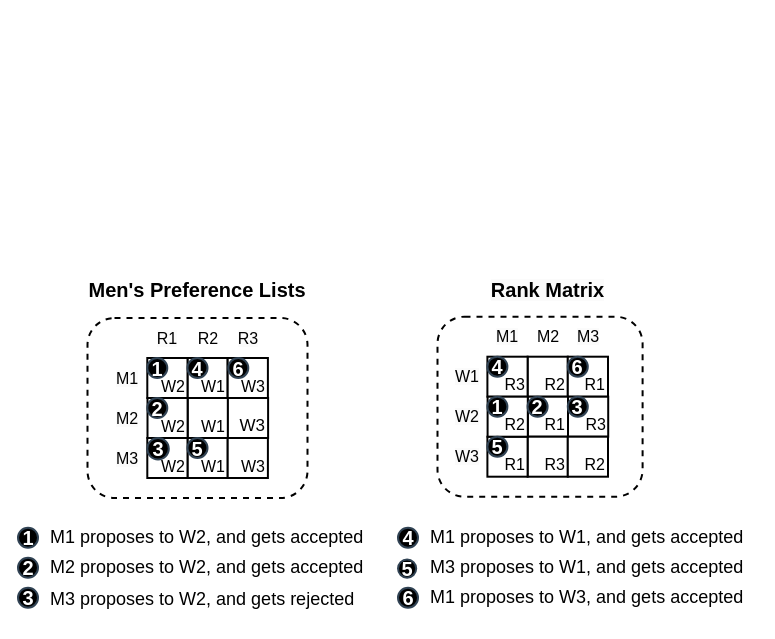
This is newGSExec.drawio from victorliu-sq/BambooSMP-Figures, a draw.io file, before an edit. Source tidied: cells renumbered, new cells numbered last; positions are measured from the earlier drawing's top-left corner, leaving out a move shared by most shapes. Both pictures are drawn from the tidied source at 100%, with x=0, y=0 at pixel (17, 279).
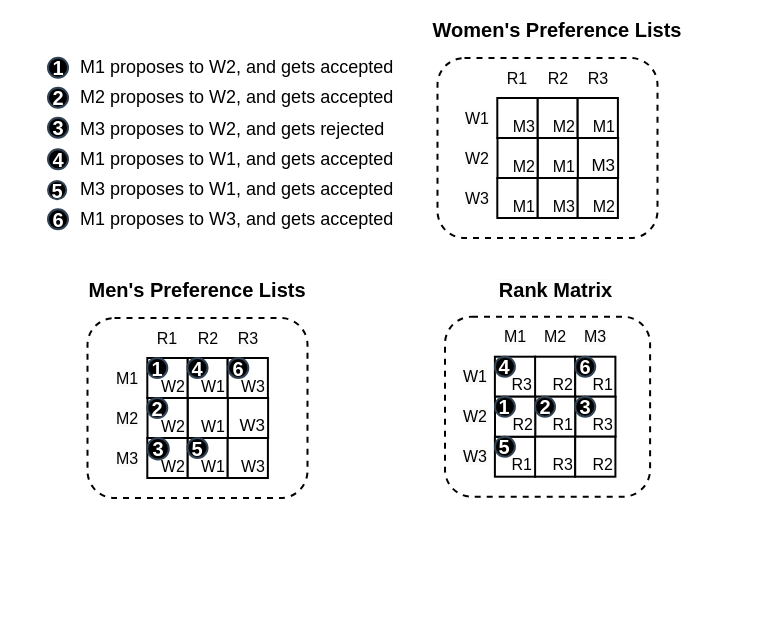
After the change.

Change to the diagram source:
```diff
@@
     <mxCell id="3" style="rounded=1;whiteSpace=wrap;html=1;strokeWidth=2;dashed=1;" parent="1" vertex="1">
-      <mxGeometry x="420" y="37.2" width="205.1" height="180" as="geometry" />
+      <mxGeometry x="427.5" y="37.2" width="205.1" height="180" as="geometry" />
     </mxCell>
     <mxCell id="4" value="1" style="ellipse;whiteSpace=wrap;html=1;strokeColor=#314354;align=center;verticalAlign=middle;fontFamily=Helvetica;fontSize=20;fillColor=#000000;fontColor=#ffffff;fontStyle=1;strokeWidth=2;" parent="1" vertex="1">
-      <mxGeometry x="0.5" y="248.2" width="20" height="20" as="geometry" />
+      <mxGeometry x="30.5" y="-221.8" width="20" height="20" as="geometry" />
     </mxCell>
     <mxCell id="5" value="2" style="ellipse;whiteSpace=wrap;html=1;strokeColor=#314354;align=center;verticalAlign=middle;fontFamily=Helvetica;fontSize=20;fillColor=#000000;fontColor=#ffffff;fontStyle=1;strokeWidth=2;" parent="1" vertex="1">
-      <mxGeometry x="0.5" y="278.2" width="20" height="20" as="geometry" />
+      <mxGeometry x="30.5" y="-191.8" width="20" height="20" as="geometry" />
     </mxCell>
     <mxCell id="6" value="3" style="ellipse;whiteSpace=wrap;html=1;strokeColor=#314354;align=center;verticalAlign=middle;fontFamily=Helvetica;fontSize=20;fillColor=#000000;fontColor=#ffffff;fontStyle=1;strokeWidth=2;" parent="1" vertex="1">
-      <mxGeometry x="0.5" y="308.2" width="20" height="20" as="geometry" />
+      <mxGeometry x="30.5" y="-161.8" width="20" height="20" as="geometry" />
     </mxCell>
     <mxCell id="7" value="4" style="ellipse;whiteSpace=wrap;html=1;strokeColor=#314354;align=center;verticalAlign=middle;fontFamily=Helvetica;fontSize=20;fillColor=#000000;fontColor=#ffffff;fontStyle=1;strokeWidth=2;" parent="1" vertex="1">
-      <mxGeometry x="380.5" y="248.2" width="20" height="20" as="geometry" />
+      <mxGeometry x="30.5" y="-130.2" width="20" height="20" as="geometry" />
     </mxCell>
     <mxCell id="8" value="5" style="ellipse;whiteSpace=wrap;html=1;strokeColor=#314354;align=center;verticalAlign=middle;fontFamily=Helvetica;fontSize=20;fillColor=#000000;fontColor=#ffffff;fontStyle=1;strokeWidth=2;" parent="1" vertex="1">
-      <mxGeometry x="380.5" y="280" width="18.2" height="18.2" as="geometry" />
+      <mxGeometry x="30.5" y="-98.5" width="18.2" height="18.2" as="geometry" />
     </mxCell>
     <mxCell id="9" value="6" style="ellipse;whiteSpace=wrap;html=1;strokeColor=#314354;align=center;verticalAlign=middle;fontFamily=Helvetica;fontSize=20;fillColor=#000000;fontColor=#ffffff;fontStyle=1;strokeWidth=2;" parent="1" vertex="1">
-      <mxGeometry x="380.5" y="308.2" width="20" height="20" as="geometry" />
+      <mxGeometry x="30.5" y="-70.2" width="20" height="20" as="geometry" />
     </mxCell>
     <mxCell id="10" value="&lt;h1 style=&quot;font-size: 18px;&quot;&gt;&lt;span style=&quot;font-size: 18px; font-weight: 400;&quot;&gt;&amp;nbsp;M1 proposes to W2, and gets accepted&lt;/span&gt;&lt;/h1&gt;" style="text;strokeColor=none;align=left;fillColor=none;html=1;verticalAlign=middle;whiteSpace=wrap;rounded=0;fontFamily=Helvetica;fontSize=18;fontColor=default;" parent="1" vertex="1">
-      <mxGeometry x="25.5" y="243.2" width="324.5" height="30" as="geometry" />
+      <mxGeometry x="55.5" y="-226.8" width="324.5" height="30" as="geometry" />
     </mxCell>
     <mxCell id="11" value="&lt;h1 style=&quot;font-size: 18px;&quot;&gt;&lt;span style=&quot;font-size: 18px; font-weight: 400;&quot;&gt;&amp;nbsp;M2 proposes to W2, and gets accepted&lt;/span&gt;&lt;/h1&gt;" style="text;strokeColor=none;align=left;fillColor=none;html=1;verticalAlign=middle;whiteSpace=wrap;rounded=0;fontFamily=Helvetica;fontSize=18;fontColor=default;" parent="1" vertex="1">
-      <mxGeometry x="25.5" y="273.2" width="324.5" height="30" as="geometry" />
+      <mxGeometry x="55.5" y="-196.8" width="324.5" height="30" as="geometry" />
     </mxCell>
     <mxCell id="12" value="&lt;h1 style=&quot;font-size: 18px;&quot;&gt;&lt;span style=&quot;font-size: 18px; font-weight: 400;&quot;&gt;&amp;nbsp;M3 proposes to W2, and gets rejected&lt;/span&gt;&lt;/h1&gt;" style="text;strokeColor=none;align=left;fillColor=none;html=1;verticalAlign=middle;whiteSpace=wrap;rounded=0;fontFamily=Helvetica;fontSize=18;fontColor=default;" parent="1" vertex="1">
-      <mxGeometry x="25.5" y="304.8" width="324.5" height="30" as="geometry" />
+      <mxGeometry x="55.5" y="-165.2" width="324.5" height="30" as="geometry" />
     </mxCell>
     <mxCell id="13" value="&lt;h1 style=&quot;font-size: 18px;&quot;&gt;&lt;span style=&quot;font-size: 18px; font-weight: 400;&quot;&gt;&amp;nbsp;M1 proposes to W1, and gets accepted&lt;/span&gt;&lt;/h1&gt;" style="text;strokeColor=none;align=left;fillColor=none;html=1;verticalAlign=middle;whiteSpace=wrap;rounded=0;fontFamily=Helvetica;fontSize=18;fontColor=default;" parent="1" vertex="1">
-      <mxGeometry x="405.5" y="243.2" width="334.5" height="30" as="geometry" />
+      <mxGeometry x="55.5" y="-135.2" width="334.5" height="30" as="geometry" />
     </mxCell>
     <mxCell id="14" value="&lt;h1 style=&quot;font-size: 18px;&quot;&gt;&lt;span style=&quot;font-size: 18px; font-weight: 400;&quot;&gt;&amp;nbsp;M3 proposes to W1, and gets accepted&lt;/span&gt;&lt;/h1&gt;" style="text;strokeColor=none;align=left;fillColor=none;html=1;verticalAlign=middle;whiteSpace=wrap;rounded=0;fontFamily=Helvetica;fontSize=18;fontColor=default;" parent="1" vertex="1">
-      <mxGeometry x="405.5" y="273.2" width="334.5" height="30" as="geometry" />
+      <mxGeometry x="55.5" y="-105.2" width="334.5" height="30" as="geometry" />
     </mxCell>
     <mxCell id="15" value="&lt;h1 style=&quot;font-size: 18px;&quot;&gt;&lt;span style=&quot;font-size: 18px; font-weight: 400;&quot;&gt;&amp;nbsp;M1 proposes to W3, and gets accepted&lt;/span&gt;&lt;/h1&gt;" style="text;strokeColor=none;align=left;fillColor=none;html=1;verticalAlign=middle;whiteSpace=wrap;rounded=0;fontFamily=Helvetica;fontSize=18;fontColor=default;" parent="1" vertex="1">
-      <mxGeometry x="405.5" y="303.2" width="334.5" height="30" as="geometry" />
+      <mxGeometry x="55.5" y="-75.2" width="334.5" height="30" as="geometry" />
     </mxCell>
@@
     <mxCell id="32" value="R2" style="rounded=0;whiteSpace=wrap;html=1;fontSize=16;align=right;verticalAlign=bottom;strokeWidth=2;" parent="1" vertex="1">
-      <mxGeometry x="510.1" y="77.2" width="40.2" height="40" as="geometry" />
+      <mxGeometry x="517.5" y="77.2" width="40.2" height="40" as="geometry" />
     </mxCell>
     <mxCell id="33" value="R1" style="rounded=0;whiteSpace=wrap;html=1;fontSize=16;align=right;verticalAlign=bottom;strokeWidth=2;" parent="1" vertex="1">
-      <mxGeometry x="550.3" y="77.2" width="40.2" height="40" as="geometry" />
+      <mxGeometry x="557.7" y="77.2" width="40.2" height="40" as="geometry" />
     </mxCell>
     <mxCell id="34" value="R1" style="rounded=0;whiteSpace=wrap;html=1;fontSize=16;align=right;verticalAlign=bottom;strokeWidth=2;" parent="1" vertex="1">
-      <mxGeometry x="510.3" y="117.2" width="40.2" height="40" as="geometry" />
+      <mxGeometry x="517.7" y="117.2" width="40.2" height="40" as="geometry" />
     </mxCell>
     <mxCell id="35" value="R3" style="rounded=0;whiteSpace=wrap;html=1;fontSize=16;align=right;verticalAlign=bottom;strokeWidth=2;" parent="1" vertex="1">
-      <mxGeometry x="550.5" y="117.2" width="40.2" height="40" as="geometry" />
+      <mxGeometry x="557.9" y="117.2" width="40.2" height="40" as="geometry" />
     </mxCell>
     <mxCell id="36" value="R3" style="rounded=0;whiteSpace=wrap;html=1;fontSize=16;align=right;verticalAlign=bottom;strokeWidth=2;" parent="1" vertex="1">
-      <mxGeometry x="510.1" y="157.2" width="40.2" height="40" as="geometry" />
+      <mxGeometry x="517.5" y="157.2" width="40.2" height="40" as="geometry" />
     </mxCell>
     <mxCell id="37" value="R2" style="rounded=0;whiteSpace=wrap;html=1;fontSize=16;align=right;verticalAlign=bottom;strokeWidth=2;" parent="1" vertex="1">
-      <mxGeometry x="550.3" y="157.2" width="40.2" height="40" as="geometry" />
+      <mxGeometry x="557.7" y="157.2" width="40.2" height="40" as="geometry" />
     </mxCell>
     <mxCell id="38" value="R1" style="rounded=0;whiteSpace=wrap;html=1;strokeWidth=2;fontSize=16;align=right;verticalAlign=bottom;" parent="1" vertex="1">
-      <mxGeometry x="469.9" y="157.2" width="40.2" height="40" as="geometry" />
+      <mxGeometry x="477.4" y="157.2" width="40.2" height="40" as="geometry" />
     </mxCell>
     <mxCell id="39" value="R3" style="rounded=0;whiteSpace=wrap;html=1;strokeWidth=2;fontSize=16;align=right;verticalAlign=bottom;" parent="1" vertex="1">
-      <mxGeometry x="469.9" y="77.2" width="40.2" height="40" as="geometry" />
+      <mxGeometry x="477.4" y="77.2" width="40.2" height="40" as="geometry" />
     </mxCell>
     <mxCell id="40" value="&lt;span style=&quot;color: rgb(0, 0, 0); font-family: Helvetica; font-size: 20px; font-style: normal; font-variant-ligatures: normal; font-variant-caps: normal; letter-spacing: normal; orphans: 2; text-indent: 0px; text-transform: none; widows: 2; word-spacing: 0px; -webkit-text-stroke-width: 0px; white-space: nowrap; background-color: rgb(251, 251, 251); text-decoration-thickness: initial; text-decoration-style: initial; text-decoration-color: initial; float: none; display: inline !important;&quot;&gt;Rank Matrix&lt;/span&gt;" style="text;whiteSpace=wrap;html=1;align=center;strokeColor=none;verticalAlign=middle;strokeWidth=0;fontSize=20;fontStyle=1;" parent="1" vertex="1">
-      <mxGeometry x="491.2" width="79.2" height="20" as="geometry" />
+      <mxGeometry x="498.7" width="79.2" height="20" as="geometry" />
     </mxCell>
     <mxCell id="41" value="&lt;span style=&quot;color: rgb(0, 0, 0); font-family: Helvetica; font-size: 16px; font-style: normal; font-variant-ligatures: normal; font-variant-caps: normal; font-weight: 400; letter-spacing: normal; orphans: 2; text-indent: 0px; text-transform: none; widows: 2; word-spacing: 0px; -webkit-text-stroke-width: 0px; white-space: normal; background-color: rgb(251, 251, 251); text-decoration-thickness: initial; text-decoration-style: initial; text-decoration-color: initial; float: none; display: inline !important;&quot;&gt;W1&lt;/span&gt;" style="text;whiteSpace=wrap;html=1;align=center;verticalAlign=middle;fontSize=16;" parent="1" vertex="1">
-      <mxGeometry x="430.1" y="77.2" width="40" height="40" as="geometry" />
+      <mxGeometry x="437.5" y="77.2" width="40" height="40" as="geometry" />
     </mxCell>
     <mxCell id="42" value="&lt;span style=&quot;color: rgb(0, 0, 0); font-family: Helvetica; font-size: 16px; font-style: normal; font-variant-ligatures: normal; font-variant-caps: normal; font-weight: 400; letter-spacing: normal; orphans: 2; text-indent: 0px; text-transform: none; widows: 2; word-spacing: 0px; -webkit-text-stroke-width: 0px; white-space: normal; background-color: rgb(251, 251, 251); text-decoration-thickness: initial; text-decoration-style: initial; text-decoration-color: initial; float: none; display: inline !important;&quot;&gt;W2&lt;/span&gt;" style="text;whiteSpace=wrap;html=1;align=center;verticalAlign=middle;fontSize=16;" parent="1" vertex="1">
-      <mxGeometry x="430.1" y="117.2" width="40" height="40" as="geometry" />
+      <mxGeometry x="437.5" y="117.2" width="40" height="40" as="geometry" />
     </mxCell>
     <mxCell id="43" value="&lt;span style=&quot;color: rgb(0, 0, 0); font-family: Helvetica; font-size: 16px; font-style: normal; font-variant-ligatures: normal; font-variant-caps: normal; font-weight: 400; letter-spacing: normal; orphans: 2; text-indent: 0px; text-transform: none; widows: 2; word-spacing: 0px; -webkit-text-stroke-width: 0px; white-space: normal; background-color: rgb(251, 251, 251); text-decoration-thickness: initial; text-decoration-style: initial; text-decoration-color: initial; float: none; display: inline !important;&quot;&gt;W3&lt;/span&gt;" style="text;whiteSpace=wrap;html=1;align=center;verticalAlign=middle;fontSize=16;" parent="1" vertex="1">
-      <mxGeometry x="430.1" y="157.2" width="40" height="40" as="geometry" />
+      <mxGeometry x="437.5" y="157.2" width="40" height="40" as="geometry" />
     </mxCell>
     <mxCell id="44" value="&lt;span style=&quot;color: rgb(0, 0, 0); font-family: Helvetica; font-size: 16px; font-style: normal; font-variant-ligatures: normal; font-variant-caps: normal; font-weight: 400; letter-spacing: normal; orphans: 2; text-indent: 0px; text-transform: none; widows: 2; word-spacing: 0px; -webkit-text-stroke-width: 0px; white-space: normal; background-color: rgb(251, 251, 251); text-decoration-thickness: initial; text-decoration-style: initial; text-decoration-color: initial; float: none; display: inline !important;&quot;&gt;M1&lt;/span&gt;" style="text;whiteSpace=wrap;html=1;align=center;verticalAlign=middle;fontSize=16;" parent="1" vertex="1">
-      <mxGeometry x="470.3" y="37.2" width="40" height="40" as="geometry" />
+      <mxGeometry x="477.7" y="37.2" width="40" height="40" as="geometry" />
     </mxCell>
     <mxCell id="45" value="M2" style="text;whiteSpace=wrap;html=1;align=center;verticalAlign=middle;fontSize=16;" parent="1" vertex="1">
-      <mxGeometry x="510.9" y="37.2" width="40" height="40" as="geometry" />
+      <mxGeometry x="518.3" y="37.2" width="40" height="40" as="geometry" />
     </mxCell>
     <mxCell id="46" value="&lt;span style=&quot;color: rgb(0, 0, 0); font-family: Helvetica; font-size: 16px; font-style: normal; font-variant-ligatures: normal; font-variant-caps: normal; font-weight: 400; letter-spacing: normal; orphans: 2; text-indent: 0px; text-transform: none; widows: 2; word-spacing: 0px; -webkit-text-stroke-width: 0px; white-space: normal; background-color: rgb(251, 251, 251); text-decoration-thickness: initial; text-decoration-style: initial; text-decoration-color: initial; float: none; display: inline !important;&quot;&gt;M3&lt;/span&gt;" style="text;whiteSpace=wrap;html=1;align=center;verticalAlign=middle;fontSize=16;" parent="1" vertex="1">
-      <mxGeometry x="550.7" y="37.2" width="40" height="40" as="geometry" />
+      <mxGeometry x="558.1" y="37.2" width="40" height="40" as="geometry" />
     </mxCell>
     <mxCell id="47" value="&lt;span style=&quot;font-size: 16px;&quot;&gt;R2&lt;/span&gt;" style="rounded=0;whiteSpace=wrap;html=1;strokeWidth=2;fontSize=16;strokeColor=default;align=right;verticalAlign=bottom;fontFamily=Helvetica;fontColor=default;fillColor=default;fontStyle=0;" parent="1" vertex="1">
-      <mxGeometry x="470.1" y="117.2" width="40.2" height="40" as="geometry" />
+      <mxGeometry x="477.5" y="117.2" width="40.2" height="40" as="geometry" />
     </mxCell>
@@
     <mxCell id="54" value="1" style="ellipse;whiteSpace=wrap;html=1;strokeColor=#314354;align=center;verticalAlign=middle;fontFamily=Helvetica;fontSize=20;fillColor=#000000;fontColor=#ffffff;fontStyle=1;strokeWidth=2;" parent="1" vertex="1">
-      <mxGeometry x="469.9" y="117.2" width="20" height="20" as="geometry" />
+      <mxGeometry x="477.4" y="117.2" width="20" height="20" as="geometry" />
     </mxCell>
     <mxCell id="55" value="5" style="ellipse;whiteSpace=wrap;html=1;strokeColor=#314354;align=center;verticalAlign=middle;fontFamily=Helvetica;fontSize=20;fillColor=#000000;fontColor=#ffffff;fontStyle=1;strokeWidth=2;" parent="1" vertex="1">
-      <mxGeometry x="469.9" y="157.2" width="20" height="20" as="geometry" />
+      <mxGeometry x="477.4" y="157.2" width="20" height="20" as="geometry" />
     </mxCell>
     <mxCell id="56" value="4" style="ellipse;whiteSpace=wrap;html=1;strokeColor=#314354;align=center;verticalAlign=middle;fontFamily=Helvetica;fontSize=20;fillColor=#000000;fontColor=#ffffff;fontStyle=1;strokeWidth=2;" parent="1" vertex="1">
-      <mxGeometry x="469.9" y="77.2" width="20" height="20" as="geometry" />
+      <mxGeometry x="477.4" y="77.2" width="20" height="20" as="geometry" />
     </mxCell>
     <mxCell id="57" value="2" style="ellipse;whiteSpace=wrap;html=1;strokeColor=#314354;align=center;verticalAlign=middle;fontFamily=Helvetica;fontSize=20;fillColor=#000000;fontColor=#ffffff;fontStyle=1;strokeWidth=2;" parent="1" vertex="1">
-      <mxGeometry x="510.1" y="117.2" width="20" height="20" as="geometry" />
+      <mxGeometry x="517.5" y="117.2" width="20" height="20" as="geometry" />
     </mxCell>
     <mxCell id="58" value="3" style="ellipse;whiteSpace=wrap;html=1;strokeColor=#314354;align=center;verticalAlign=middle;fontFamily=Helvetica;fontSize=20;fillColor=#000000;fontColor=#ffffff;fontStyle=1;spacing=0;strokeWidth=2;" parent="1" vertex="1">
-      <mxGeometry x="550.3" y="117.2" width="20" height="20" as="geometry" />
+      <mxGeometry x="557.7" y="117.2" width="20" height="20" as="geometry" />
     </mxCell>
     <mxCell id="59" value="6" style="ellipse;whiteSpace=wrap;html=1;strokeColor=#314354;align=center;verticalAlign=middle;fontFamily=Helvetica;fontSize=20;fillColor=#000000;fontColor=#ffffff;fontStyle=1;strokeWidth=2;" parent="1" vertex="1">
-      <mxGeometry x="550.3" y="77.2" width="20" height="20" as="geometry" />
+      <mxGeometry x="557.7" y="77.2" width="20" height="20" as="geometry" />
     </mxCell>
+    <mxCell id="60" style="rounded=1;whiteSpace=wrap;html=1;strokeWidth=2;dashed=1;" parent="1" vertex="1">
+      <mxGeometry x="420" y="-221.5" width="220" height="180" as="geometry" />
+    </mxCell>
+    <mxCell id="61" value="M2" style="rounded=0;whiteSpace=wrap;html=1;fontSize=16;align=right;verticalAlign=bottom;strokeWidth=2;" parent="1" vertex="1">
+      <mxGeometry x="520" y="-181.5" width="40.1" height="40" as="geometry" />
+    </mxCell>
+    <mxCell id="62" value="M1" style="rounded=0;whiteSpace=wrap;html=1;fontSize=16;align=right;verticalAlign=bottom;strokeWidth=2;" parent="1" vertex="1">
+      <mxGeometry x="560.2" y="-181.5" width="40.2" height="40" as="geometry" />
+    </mxCell>
+    <mxCell id="63" value="M1" style="rounded=0;whiteSpace=wrap;html=1;fontSize=16;align=right;verticalAlign=bottom;strokeWidth=2;" parent="1" vertex="1">
+      <mxGeometry x="520.2" y="-141.5" width="40.2" height="40" as="geometry" />
+    </mxCell>
+    <mxCell id="64" value="M3" style="rounded=0;whiteSpace=wrap;html=1;fontSize=17;align=right;verticalAlign=bottom;strokeWidth=2;" parent="1" vertex="1">
+      <mxGeometry x="560.4" y="-141.5" width="40.2" height="40" as="geometry" />
+    </mxCell>
+    <mxCell id="65" value="M3" style="rounded=0;whiteSpace=wrap;html=1;fontSize=16;align=right;verticalAlign=bottom;strokeWidth=2;" parent="1" vertex="1">
+      <mxGeometry x="520" y="-101.5" width="40.2" height="40" as="geometry" />
+    </mxCell>
+    <mxCell id="66" value="M2" style="rounded=0;whiteSpace=wrap;html=1;fontSize=16;align=right;verticalAlign=bottom;strokeWidth=2;" parent="1" vertex="1">
+      <mxGeometry x="560.2" y="-101.5" width="40.2" height="40" as="geometry" />
+    </mxCell>
+    <mxCell id="67" value="M1" style="rounded=0;whiteSpace=wrap;html=1;strokeWidth=2;fontSize=16;align=right;verticalAlign=bottom;" parent="1" vertex="1">
+      <mxGeometry x="479.8" y="-101.5" width="40.2" height="40" as="geometry" />
+    </mxCell>
+    <mxCell id="68" value="&lt;span style=&quot;font-size: 20px; text-wrap: nowrap;&quot;&gt;&lt;span style=&quot;font-size: 20px;&quot;&gt;Women's Preference Lists&lt;/span&gt;&lt;/span&gt;" style="text;whiteSpace=wrap;html=1;align=center;strokeColor=none;verticalAlign=middle;strokeWidth=0;fontSize=20;fontStyle=1;" parent="1" vertex="1">
+      <mxGeometry x="405" y="-260" width="270.1" height="20" as="geometry" />
+    </mxCell>
+    <mxCell id="69" value="&lt;span style=&quot;color: rgb(0, 0, 0); font-family: Helvetica; font-size: 16px; font-style: normal; font-variant-ligatures: normal; font-variant-caps: normal; font-weight: 400; letter-spacing: normal; orphans: 2; text-indent: 0px; text-transform: none; widows: 2; word-spacing: 0px; -webkit-text-stroke-width: 0px; white-space: normal; background-color: rgb(251, 251, 251); text-decoration-thickness: initial; text-decoration-style: initial; text-decoration-color: initial; float: none; display: inline !important;&quot;&gt;W1&lt;/span&gt;" style="text;whiteSpace=wrap;html=1;align=center;verticalAlign=middle;fontSize=16;" parent="1" vertex="1">
+      <mxGeometry x="440" y="-181.5" width="40" height="40" as="geometry" />
+    </mxCell>
+    <mxCell id="70" value="&lt;span style=&quot;color: rgb(0, 0, 0); font-family: Helvetica; font-size: 16px; font-style: normal; font-variant-ligatures: normal; font-variant-caps: normal; font-weight: 400; letter-spacing: normal; orphans: 2; text-indent: 0px; text-transform: none; widows: 2; word-spacing: 0px; -webkit-text-stroke-width: 0px; white-space: normal; background-color: rgb(251, 251, 251); text-decoration-thickness: initial; text-decoration-style: initial; text-decoration-color: initial; float: none; display: inline !important;&quot;&gt;W2&lt;/span&gt;" style="text;whiteSpace=wrap;html=1;align=center;verticalAlign=middle;fontSize=16;" parent="1" vertex="1">
+      <mxGeometry x="440" y="-141.5" width="40" height="40" as="geometry" />
+    </mxCell>
+    <mxCell id="71" value="&lt;span style=&quot;color: rgb(0, 0, 0); font-family: Helvetica; font-size: 16px; font-style: normal; font-variant-ligatures: normal; font-variant-caps: normal; font-weight: 400; letter-spacing: normal; orphans: 2; text-indent: 0px; text-transform: none; widows: 2; word-spacing: 0px; -webkit-text-stroke-width: 0px; white-space: normal; background-color: rgb(251, 251, 251); text-decoration-thickness: initial; text-decoration-style: initial; text-decoration-color: initial; float: none; display: inline !important;&quot;&gt;W3&lt;/span&gt;" style="text;whiteSpace=wrap;html=1;align=center;verticalAlign=middle;fontSize=16;" parent="1" vertex="1">
+      <mxGeometry x="440" y="-101.5" width="40" height="40" as="geometry" />
+    </mxCell>
+    <mxCell id="72" value="&lt;span style=&quot;color: rgb(0, 0, 0); font-family: Helvetica; font-size: 16px; font-style: normal; font-variant-ligatures: normal; font-variant-caps: normal; font-weight: 400; letter-spacing: normal; orphans: 2; text-indent: 0px; text-transform: none; widows: 2; word-spacing: 0px; -webkit-text-stroke-width: 0px; white-space: normal; background-color: rgb(251, 251, 251); text-decoration-thickness: initial; text-decoration-style: initial; text-decoration-color: initial; float: none; display: inline !important;&quot;&gt;R1&lt;/span&gt;" style="text;whiteSpace=wrap;html=1;align=center;verticalAlign=middle;fontSize=16;" parent="1" vertex="1">
+      <mxGeometry x="480.2" y="-221.5" width="40" height="40" as="geometry" />
+    </mxCell>
+    <mxCell id="73" value="R2" style="text;whiteSpace=wrap;html=1;align=center;verticalAlign=middle;fontSize=16;" parent="1" vertex="1">
+      <mxGeometry x="520.8" y="-221.5" width="40" height="40" as="geometry" />
+    </mxCell>
+    <mxCell id="74" value="&lt;span style=&quot;color: rgb(0, 0, 0); font-family: Helvetica; font-size: 16px; font-style: normal; font-variant-ligatures: normal; font-variant-caps: normal; font-weight: 400; letter-spacing: normal; orphans: 2; text-indent: 0px; text-transform: none; widows: 2; word-spacing: 0px; -webkit-text-stroke-width: 0px; white-space: normal; background-color: rgb(251, 251, 251); text-decoration-thickness: initial; text-decoration-style: initial; text-decoration-color: initial; float: none; display: inline !important;&quot;&gt;R3&lt;/span&gt;" style="text;whiteSpace=wrap;html=1;align=center;verticalAlign=middle;fontSize=16;" parent="1" vertex="1">
+      <mxGeometry x="560.6" y="-221.5" width="40" height="40" as="geometry" />
+    </mxCell>
+    <mxCell id="75" value="M2" style="rounded=0;whiteSpace=wrap;html=1;strokeWidth=2;fontSize=16;align=right;verticalAlign=bottom;" parent="1" vertex="1">
+      <mxGeometry x="480" y="-141.5" width="40.1" height="40" as="geometry" />
+    </mxCell>
+    <mxCell id="76" value="&lt;span style=&quot;font-size: 16px;&quot;&gt;M3&lt;/span&gt;" style="rounded=0;whiteSpace=wrap;html=1;strokeWidth=2;fontSize=16;strokeColor=default;align=right;verticalAlign=bottom;fontFamily=Helvetica;fontColor=default;fillColor=default;fontStyle=0;" parent="1" vertex="1">
+      <mxGeometry x="479.8" y="-181.5" width="40.2" height="40" as="geometry" />
+    </mxCell>
```
